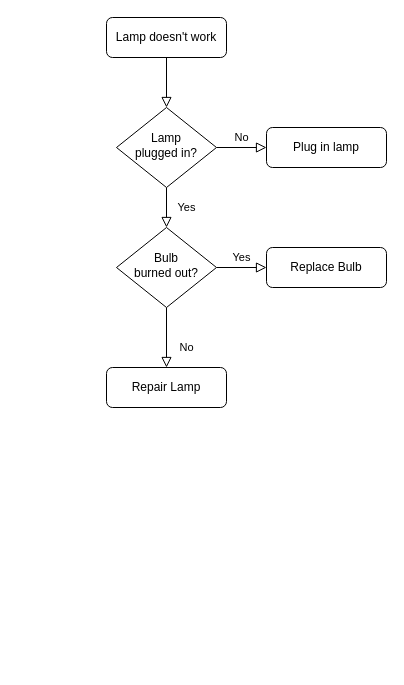
This is src/Диаграмма без названия.drawio from Farka03/Homework, a draw.io file, before an edit. Source tidied: cells renumbered, new cells numbered last; positions are measured from the earlier drawing's top-left corner, leaving out a move shared by most shapes. Both pictures are drawn from the tidied source at 100%, with x=0, y=0 at pixel (106, 17).
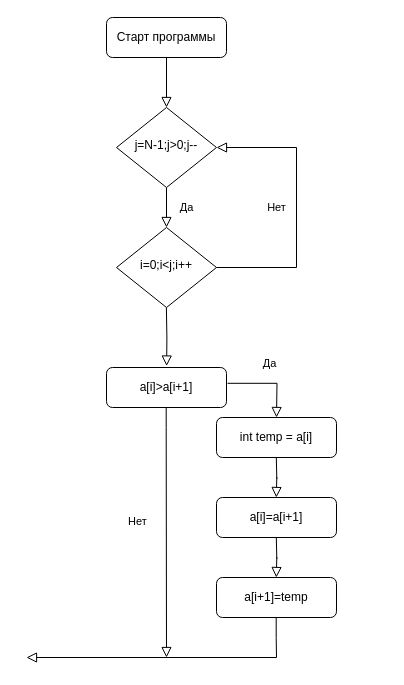
Above is the later version.

Commit message:
Блок схема пузырьковой сортировки

Change to the diagram source:
```diff
@@
-    <mxCell id="3" value="Lamp doesn't work" style="rounded=1;whiteSpace=wrap;html=1;fontSize=12;glass=0;strokeWidth=1;shadow=0;" parent="1" vertex="1">
+    <mxCell id="3" value="Старт программы" style="rounded=1;whiteSpace=wrap;html=1;fontSize=12;glass=0;strokeWidth=1;shadow=0;" parent="1" vertex="1">
       <mxGeometry width="120" height="40" as="geometry" />
     </mxCell>
-    <mxCell id="4" value="Yes" style="rounded=0;html=1;jettySize=auto;fontSize=11;endArrow=block;endFill=0;endSize=8;strokeWidth=1;shadow=0;labelBackgroundColor=none;edgeStyle=orthogonalEdgeStyle;" parent="1" edge="1" source="6" target="10">
+    <mxCell id="4" value="Да" style="rounded=0;html=1;jettySize=auto;fontSize=11;endArrow=block;endFill=0;endSize=8;strokeWidth=1;shadow=0;labelBackgroundColor=none;edgeStyle=orthogonalEdgeStyle;" parent="1" edge="1" source="6" target="10">
       <mxGeometry y="20" relative="1" as="geometry" />
     </mxCell>
-    <mxCell id="5" value="No" style="edgeStyle=orthogonalEdgeStyle;rounded=0;html=1;jettySize=auto;fontSize=11;endArrow=block;endFill=0;endSize=8;strokeWidth=1;shadow=0;labelBackgroundColor=none;" parent="1" edge="1" source="6" target="7">
-      <mxGeometry y="10" relative="1" as="geometry" />
-    </mxCell>
-    <mxCell id="6" value="Lamp&lt;br&gt;plugged in?" style="rhombus;whiteSpace=wrap;html=1;shadow=0;fontFamily=Helvetica;fontSize=12;align=center;strokeWidth=1;spacing=6;spacingTop=-4;" parent="1" vertex="1">
+    <mxCell id="6" value="j=N-1;j&amp;gt;0;j--" style="rhombus;whiteSpace=wrap;html=1;shadow=0;fontFamily=Helvetica;fontSize=12;align=center;strokeWidth=1;spacing=6;spacingTop=-4;" parent="1" vertex="1">
       <mxGeometry x="10" y="90" width="100" height="80" as="geometry" />
     </mxCell>
-    <mxCell id="7" value="Plug in lamp" style="rounded=1;whiteSpace=wrap;html=1;fontSize=12;glass=0;strokeWidth=1;shadow=0;" parent="1" vertex="1">
-      <mxGeometry x="160" y="110" width="120" height="40" as="geometry" />
-    </mxCell>
-    <mxCell id="8" value="No" style="rounded=0;html=1;jettySize=auto;fontSize=11;endArrow=block;endFill=0;endSize=8;strokeWidth=1;shadow=0;labelBackgroundColor=none;edgeStyle=orthogonalEdgeStyle;" parent="1" edge="1" source="10" target="11">
-      <mxGeometry x="0.33" y="20" relative="1" as="geometry" />
-    </mxCell>
-    <mxCell id="9" value="Yes" style="edgeStyle=orthogonalEdgeStyle;rounded=0;html=1;jettySize=auto;fontSize=11;endArrow=block;endFill=0;endSize=8;strokeWidth=1;shadow=0;labelBackgroundColor=none;" parent="1" edge="1" source="10" target="12">
-      <mxGeometry y="10" relative="1" as="geometry" />
-    </mxCell>
-    <mxCell id="10" value="Bulb&lt;br&gt;burned out?" style="rhombus;whiteSpace=wrap;html=1;shadow=0;fontFamily=Helvetica;fontSize=12;align=center;strokeWidth=1;spacing=6;spacingTop=-4;" parent="1" vertex="1">
+    <mxCell id="10" value="i=0;i&amp;lt;j;i++" style="rhombus;whiteSpace=wrap;html=1;shadow=0;fontFamily=Helvetica;fontSize=12;align=center;strokeWidth=1;spacing=6;spacingTop=-4;" parent="1" vertex="1">
       <mxGeometry x="10" y="210" width="100" height="80" as="geometry" />
     </mxCell>
-    <mxCell id="11" value="Repair Lamp" style="rounded=1;whiteSpace=wrap;html=1;fontSize=12;glass=0;strokeWidth=1;shadow=0;" parent="1" vertex="1">
+    <mxCell id="11" value="a[i]&amp;gt;a[i+1]" style="rounded=1;whiteSpace=wrap;html=1;fontSize=12;glass=0;strokeWidth=1;shadow=0;" parent="1" vertex="1">
       <mxGeometry y="350" width="120" height="40" as="geometry" />
     </mxCell>
-    <mxCell id="12" value="Replace Bulb" style="rounded=1;whiteSpace=wrap;html=1;fontSize=12;glass=0;strokeWidth=1;shadow=0;" parent="1" vertex="1">
-      <mxGeometry x="160" y="230" width="120" height="40" as="geometry" />
-    </mxCell>
+    <mxCell id="13" value="Нет" style="edgeStyle=orthogonalEdgeStyle;rounded=0;html=1;jettySize=auto;fontSize=11;endArrow=block;endFill=0;endSize=8;strokeWidth=1;shadow=0;labelBackgroundColor=none;entryX=1;entryY=0.5;entryDx=0;entryDy=0;exitX=1;exitY=0.5;exitDx=0;exitDy=0;" parent="1" edge="1" source="10" target="6">
+      <mxGeometry y="20" relative="1" as="geometry">
+        <Array as="points">
+          <mxPoint x="190" y="250" />
+          <mxPoint x="190" y="130" />
+        </Array>
+      </mxGeometry>
+    </mxCell>
+    <mxCell id="14" style="rounded=0;html=1;jettySize=auto;fontSize=11;endArrow=block;endFill=0;endSize=8;strokeWidth=1;shadow=0;labelBackgroundColor=none;edgeStyle=orthogonalEdgeStyle;entryX=0.501;entryY=-0.037;entryDx=0;entryDy=0;entryPerimeter=0;" parent="1" edge="1" target="11">
+      <mxGeometry y="20" relative="1" as="geometry">
+        <mxPoint x="59.9" y="290" as="sourcePoint" />
+      </mxGeometry>
+    </mxCell>
+    <mxCell id="15" value="Да" style="rounded=0;html=1;jettySize=auto;fontSize=11;endArrow=block;endFill=0;endSize=8;strokeWidth=1;shadow=0;labelBackgroundColor=none;edgeStyle=orthogonalEdgeStyle;exitX=1.009;exitY=0.395;exitDx=0;exitDy=0;exitPerimeter=0;" parent="1" edge="1" source="11">
+      <mxGeometry y="20" relative="1" as="geometry">
+        <mxPoint x="170" y="400" as="targetPoint" />
+      </mxGeometry>
+    </mxCell>
+    <mxCell id="16" value="int temp = a[i]" style="rounded=1;whiteSpace=wrap;html=1;fontSize=12;glass=0;strokeWidth=1;shadow=0;" parent="1" vertex="1">
+      <mxGeometry x="110" y="400" width="120" height="40" as="geometry" />
+    </mxCell>
+    <mxCell id="17" style="rounded=0;html=1;jettySize=auto;orthogonalLoop=1;fontSize=11;endArrow=block;endFill=0;endSize=8;strokeWidth=1;shadow=0;labelBackgroundColor=none;edgeStyle=orthogonalEdgeStyle;" parent="1" edge="1">
+      <mxGeometry y="20" relative="1" as="geometry">
+        <mxPoint x="169.8" y="440" as="sourcePoint" />
+        <mxPoint x="169.8" y="480" as="targetPoint" />
+      </mxGeometry>
+    </mxCell>
+    <mxCell id="18" value="a[i]=a[i+1]" style="rounded=1;whiteSpace=wrap;html=1;fontSize=12;glass=0;strokeWidth=1;shadow=0;" parent="1" vertex="1">
+      <mxGeometry x="110" y="480" width="120" height="40" as="geometry" />
+    </mxCell>
+    <mxCell id="19" style="rounded=0;html=1;jettySize=auto;orthogonalLoop=1;fontSize=11;endArrow=block;endFill=0;endSize=8;strokeWidth=1;shadow=0;labelBackgroundColor=none;edgeStyle=orthogonalEdgeStyle;" parent="1" edge="1">
+      <mxGeometry y="20" relative="1" as="geometry">
+        <mxPoint x="169.8" y="520" as="sourcePoint" />
+        <mxPoint x="169.8" y="560" as="targetPoint" />
+      </mxGeometry>
+    </mxCell>
+    <mxCell id="20" value="a[i+1]=temp" style="rounded=1;whiteSpace=wrap;html=1;fontSize=12;glass=0;strokeWidth=1;shadow=0;" parent="1" vertex="1">
+      <mxGeometry x="110" y="560" width="120" height="40" as="geometry" />
+    </mxCell>
+    <mxCell id="21" style="rounded=0;html=1;jettySize=auto;orthogonalLoop=1;fontSize=11;endArrow=block;endFill=0;endSize=8;strokeWidth=1;shadow=0;labelBackgroundColor=none;edgeStyle=orthogonalEdgeStyle;" parent="1" edge="1">
+      <mxGeometry y="20" relative="1" as="geometry">
+        <mxPoint x="59.7" y="390" as="sourcePoint" />
+        <mxPoint x="60" y="640" as="targetPoint" />
+        <Array as="points">
+          <mxPoint x="59.8" y="410" />
+          <mxPoint x="59.8" y="410" />
+        </Array>
+      </mxGeometry>
+    </mxCell>
+    <mxCell id="22" value="&lt;span style=&quot;font-size: 11px;&quot;&gt;Нет&lt;br&gt;&lt;br&gt;&lt;/span&gt;" style="text;whiteSpace=wrap;html=1;" parent="1" vertex="1">
+      <mxGeometry x="20" y="490" width="20" height="20" as="geometry" />
+    </mxCell>
+    <mxCell id="23" style="rounded=0;html=1;jettySize=auto;orthogonalLoop=1;fontSize=11;endArrow=block;endFill=0;endSize=8;strokeWidth=1;shadow=0;labelBackgroundColor=none;edgeStyle=orthogonalEdgeStyle;" parent="1" edge="1">
+      <mxGeometry y="20" relative="1" as="geometry">
+        <mxPoint x="169.7" y="600" as="sourcePoint" />
+        <mxPoint x="-80" y="640" as="targetPoint" />
+        <Array as="points">
+          <mxPoint x="170" y="620" />
+          <mxPoint x="170" y="640" />
+        </Array>
+      </mxGeometry>
+    </mxCell>
```
